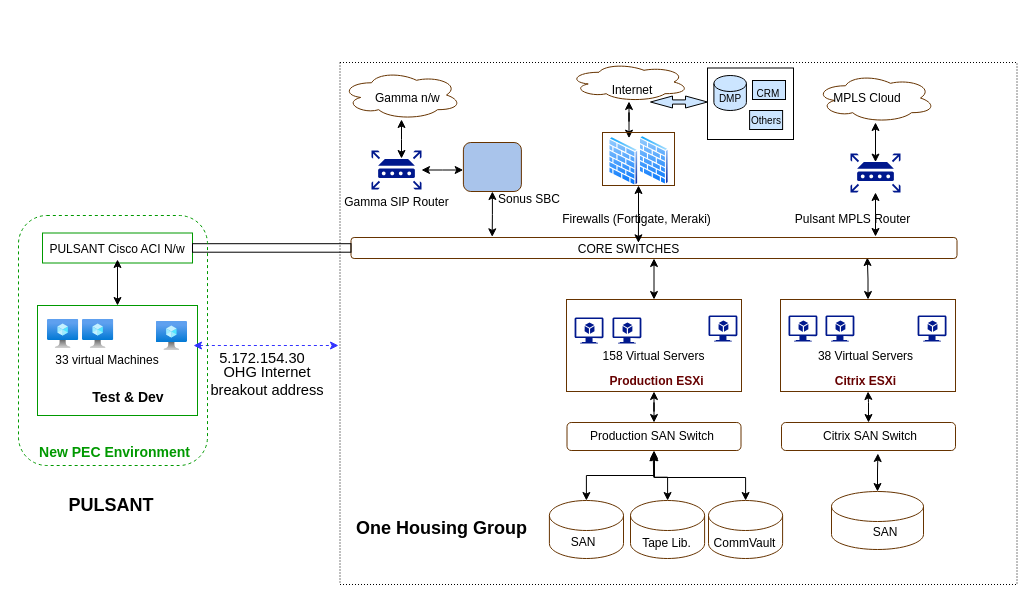
ajeetsinghal/java keeps this draw.io diagram as interimpulsanttwo.drawio. Above is the earlier version. Source tidied: cells renumbered, new cells numbered last; positions are measured from the earlier drawing's top-left corner, leaving out a move shared by most shapes. Both pictures are drawn from the tidied source at 100%, with x=0, y=0 at pixel (17, 62).
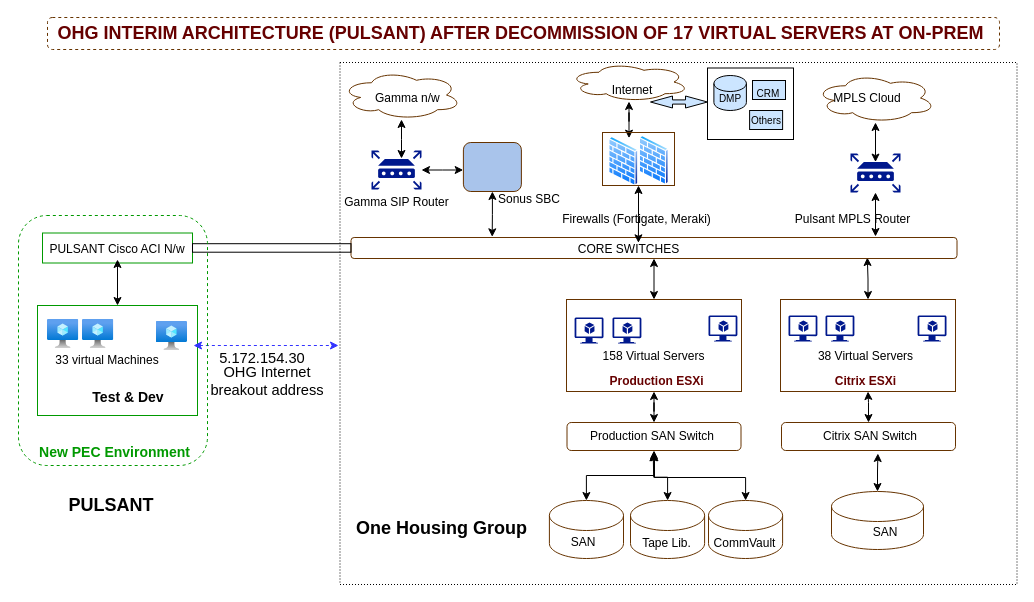
Above is the later version.

The edit, as a diff of the source:
```diff
@@
+    <mxCell id="85" value="&lt;b&gt;&lt;font color=&quot;#660000&quot; style=&quot;font-size: 18px&quot;&gt;OHG INTERIM ARCHITECTURE (PULSANT) AFTER DECOMMISSION OF 17 VIRTUAL SERVERS AT ON-PREM&lt;/font&gt;&lt;/b&gt;" style="text;html=1;strokeColor=none;fillColor=none;align=center;verticalAlign=middle;whiteSpace=wrap;rounded=0;" parent="1" vertex="1">
+      <mxGeometry x="25" y="-39" width="957" height="20" as="geometry" />
+    </mxCell>
+    <mxCell id="86" style="rounded=1;whiteSpace=wrap;html=1;strokeColor=#663300;fillColor=none;dashed=1;" parent="1" vertex="1">
+      <mxGeometry x="30" y="-45" width="952" height="32" as="geometry" />
+    </mxCell>
```
